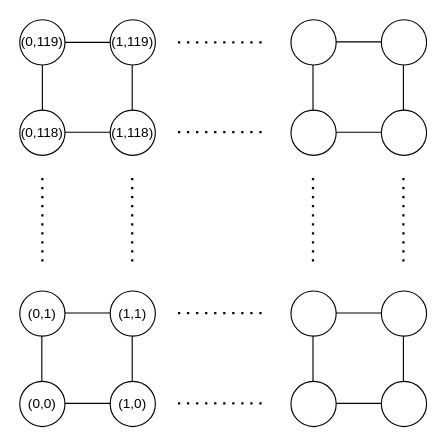
The draw.io diagram draw/AI-HW1-1.drawio in zhiyuan5986/draw_io, before the edit. Source tidied: cells renumbered, new cells numbered last; positions are measured from the earlier drawing's top-left corner, leaving out a move shared by most shapes. Both pictures are drawn from the tidied source at 113%, with x=0, y=0 at pixel (19, 19).
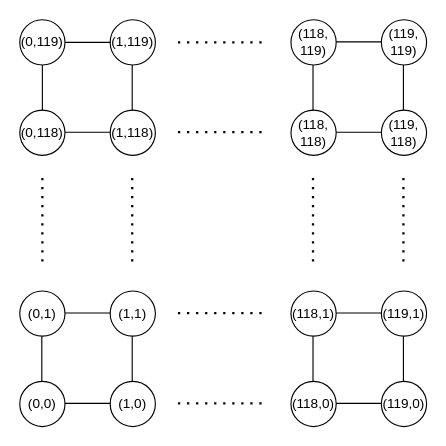
Above is the later version.

Diff of the diagram source:
```diff
@@
-    <mxCell id="5" style="ellipse;whiteSpace=wrap;html=1;" parent="1" vertex="1">
+    <mxCell id="5" value="(118,&lt;br&gt;119)" style="ellipse;whiteSpace=wrap;html=1;" parent="1" vertex="1">
       <mxGeometry x="240" width="40" height="40" as="geometry" />
     </mxCell>
-    <mxCell id="6" style="ellipse;whiteSpace=wrap;html=1;" parent="1" vertex="1">
+    <mxCell id="6" value="(119,&lt;br&gt;119)" style="ellipse;whiteSpace=wrap;html=1;" parent="1" vertex="1">
       <mxGeometry x="320" width="40" height="40" as="geometry" />
     </mxCell>
@@
-    <mxCell id="8" style="ellipse;whiteSpace=wrap;html=1;" parent="1" vertex="1">
+    <mxCell id="8" value="(118,&lt;br&gt;118)" style="ellipse;whiteSpace=wrap;html=1;" parent="1" vertex="1">
       <mxGeometry x="240" y="80" width="40" height="40" as="geometry" />
     </mxCell>
-    <mxCell id="9" style="ellipse;whiteSpace=wrap;html=1;" parent="1" vertex="1">
+    <mxCell id="9" value="(119,&lt;br&gt;118)" style="ellipse;whiteSpace=wrap;html=1;" parent="1" vertex="1">
       <mxGeometry x="320" y="80" width="40" height="40" as="geometry" />
     </mxCell>
@@
-    <mxCell id="14" style="ellipse;whiteSpace=wrap;html=1;" parent="1" vertex="1">
+    <mxCell id="14" value="(118,1)" style="ellipse;whiteSpace=wrap;html=1;" parent="1" vertex="1">
       <mxGeometry x="240" y="240" width="40" height="40" as="geometry" />
     </mxCell>
-    <mxCell id="15" style="ellipse;whiteSpace=wrap;html=1;" parent="1" vertex="1">
+    <mxCell id="15" value="(118,0)" style="ellipse;whiteSpace=wrap;html=1;" parent="1" vertex="1">
       <mxGeometry x="240" y="320" width="40" height="40" as="geometry" />
     </mxCell>
-    <mxCell id="16" style="ellipse;whiteSpace=wrap;html=1;" parent="1" vertex="1">
+    <mxCell id="16" value="(119,0)" style="ellipse;whiteSpace=wrap;html=1;" parent="1" vertex="1">
       <mxGeometry x="320" y="320" width="40" height="40" as="geometry" />
     </mxCell>
-    <mxCell id="17" style="ellipse;whiteSpace=wrap;html=1;" parent="1" vertex="1">
+    <mxCell id="17" value="(119,1)" style="ellipse;whiteSpace=wrap;html=1;" parent="1" vertex="1">
       <mxGeometry x="320" y="240" width="40" height="40" as="geometry" />
     </mxCell>
```
